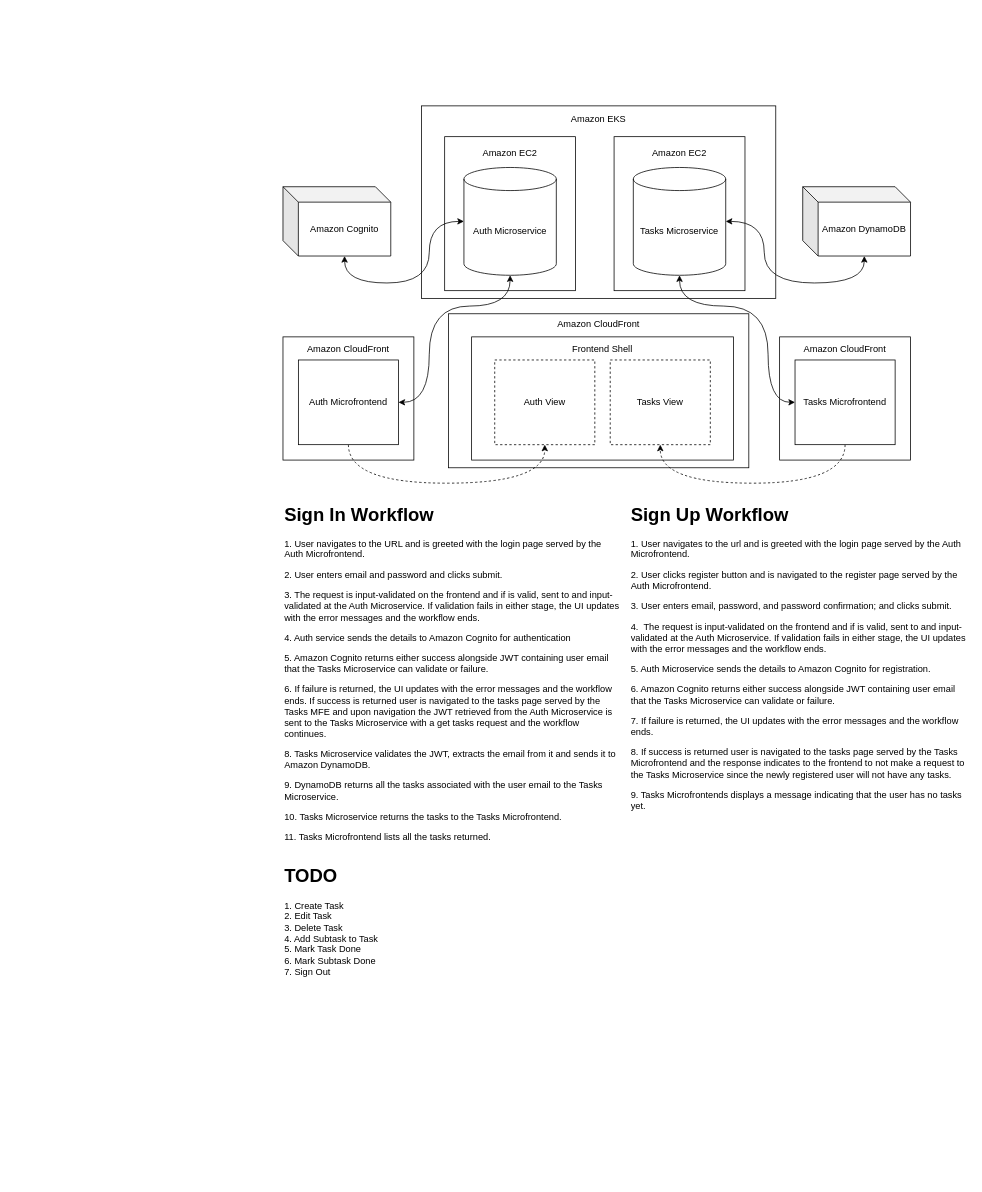
This is maps.drawio from wlnzed/mytasks, a draw.io file, before an edit. Source tidied: cells renumbered, new cells numbered last; positions are measured from the earlier drawing's top-left corner, leaving out a move shared by most shapes. Both pictures are drawn from the tidied source at 77%, with x=0, y=0 at pixel (283, 105).
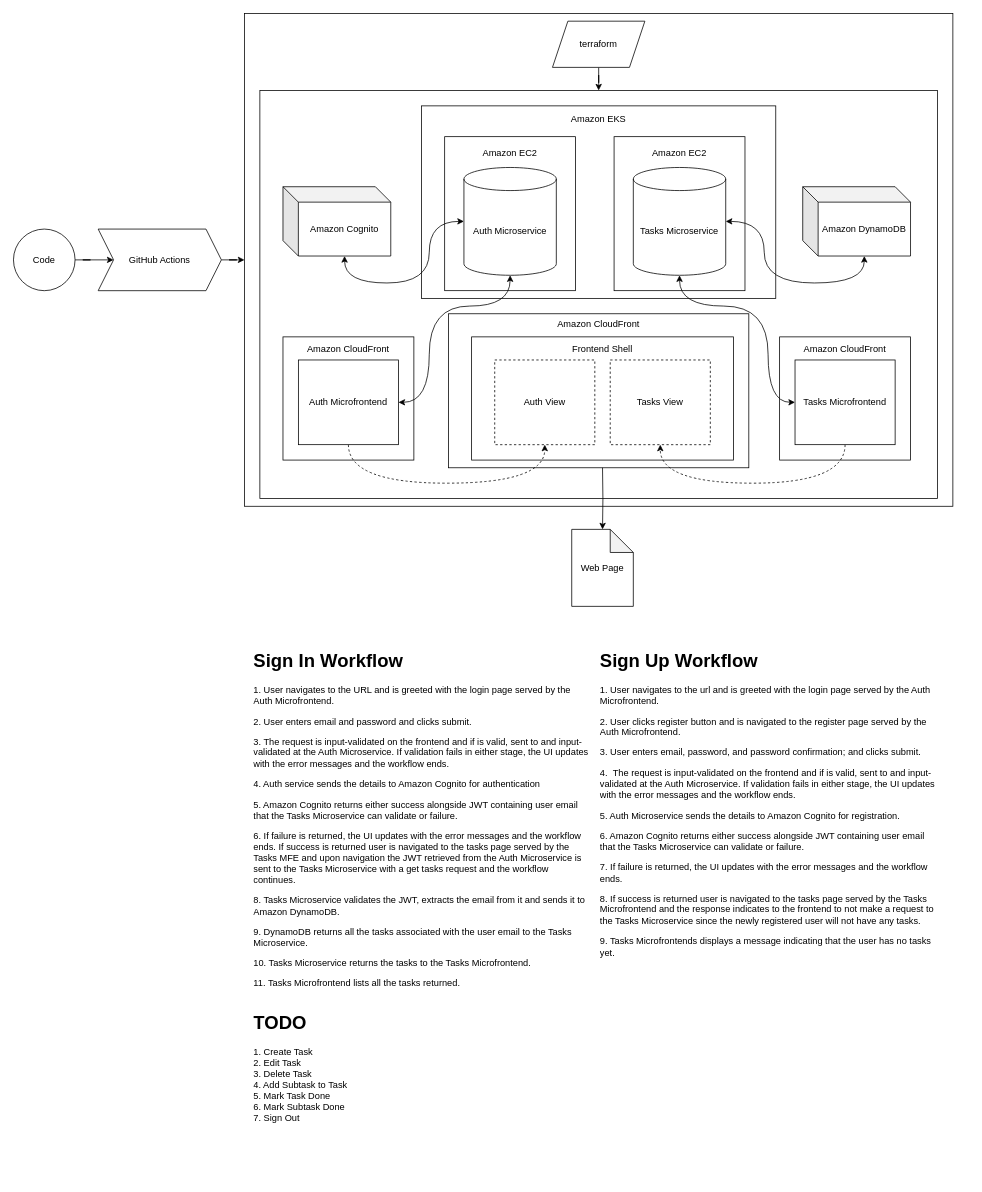
After the change.

Commit message:
maps is updated to include CI/CD and SaC

The edit, as a diff of the source:
```diff
@@
+    <mxCell id="26" style="rounded=0;whiteSpace=wrap;html=1;" parent="1" vertex="1">
+      <mxGeometry x="-50" y="-120" width="920" height="640" as="geometry" />
+    </mxCell>
+    <mxCell id="27" value="&lt;div&gt;&lt;br&gt;&lt;/div&gt;" style="rounded=0;whiteSpace=wrap;html=1;" parent="1" vertex="1">
+      <mxGeometry x="-30" y="-20" width="880" height="530" as="geometry" />
+    </mxCell>
@@
+    <mxCell id="28" style="edgeStyle=orthogonalEdgeStyle;rounded=0;jettySize=auto;html=1;" parent="1" edge="1" target="35">
+      <mxGeometry relative="1" as="geometry">
+        <mxPoint x="415" y="470" as="sourcePoint" />
+      </mxGeometry>
+    </mxCell>
@@
     <mxCell id="17" value="&lt;h1 style=&quot;margin-top: 0px;&quot;&gt;Sign In Workflow&lt;/h1&gt;&lt;p&gt;1. User navigates to the URL and is greeted with the login page served by the Auth Microfrontend.&lt;/p&gt;&lt;p&gt;2. User enters email and password and clicks submit.&lt;/p&gt;&lt;p&gt;3. The request is input-validated on the frontend and if is valid, sent to and input-validated at the Auth Microservice. If validation fails in either stage, the UI updates with the error messages and the workflow ends.&lt;/p&gt;&lt;p&gt;4. Auth service sends the details to Amazon Cognito for authentication&lt;/p&gt;&lt;p&gt;5. Amazon Cognito returns either success alongside JWT containing user email that the Tasks Microservice can validate or failure.&lt;/p&gt;&lt;p&gt;6. If failure is returned, the UI updates with the error messages and the workflow ends.&lt;span style=&quot;background-color: transparent; color: light-dark(rgb(0, 0, 0), rgb(255, 255, 255));&quot;&gt;&amp;nbsp;&lt;/span&gt;&lt;span style=&quot;background-color: transparent; color: light-dark(rgb(0, 0, 0), rgb(255, 255, 255));&quot;&gt;If success is returned user is navigated to the tasks page served by the Tasks MFE and upon navigation the JWT retrieved from the Auth Microservice is sent to the Tasks Microservice with a get tasks request and the workflow continues.&lt;/span&gt;&lt;/p&gt;&lt;p&gt;8. Tasks Microservice validates the JWT, extracts the email from it and sends it to Amazon DynamoDB.&lt;/p&gt;&lt;p&gt;9. DynamoDB returns all the tasks associated with the user email to the Tasks Microservice.&lt;/p&gt;&lt;p&gt;10. Tasks Microservice returns the tasks to the Tasks Microfrontend.&lt;/p&gt;&lt;p&gt;11. Tasks Microfrontend lists all the tasks returned.&lt;/p&gt;&lt;p&gt;&lt;br&gt;&lt;/p&gt;&lt;p&gt;&lt;br&gt;&lt;/p&gt;&lt;p&gt;&lt;br&gt;&lt;/p&gt;" style="text;html=1;whiteSpace=wrap;overflow=hidden;rounded=0;" parent="1" vertex="1">
-      <mxGeometry y="510" width="440" height="470" as="geometry" />
+      <mxGeometry x="-40" y="700" width="440" height="470" as="geometry" />
     </mxCell>
     <mxCell id="18" value="&lt;h1 style=&quot;margin-top: 0px;&quot;&gt;Sign Up Workflow&lt;/h1&gt;&lt;p&gt;1. User navigates to the url and is greeted with the login page served by the Auth Microfrontend.&lt;/p&gt;&lt;p&gt;2. User clicks register button and is navigated to the register page served by the Auth Microfrontend.&lt;/p&gt;&lt;p&gt;3. User enters email, password, and password confirmation; and clicks submit.&lt;/p&gt;&lt;p&gt;4.&amp;nbsp;&lt;span style=&quot;background-color: transparent; color: light-dark(rgb(0, 0, 0), rgb(255, 255, 255));&quot;&gt;&amp;nbsp;&lt;/span&gt;&lt;span style=&quot;background-color: transparent; color: light-dark(rgb(0, 0, 0), rgb(255, 255, 255));&quot;&gt;The request is input-validated on the frontend and if is valid, sent to and input-validated at the Auth Microservice. If validation fails in either stage, the UI updates with the error messages and the workflow ends.&lt;/span&gt;&lt;/p&gt;&lt;p&gt;5. Auth Microservice sends the details to Amazon Cognito for registration.&lt;/p&gt;&lt;p&gt;6. Amazon Cognito returns either success alongside JWT containing user email that the Tasks Microservice can validate or failure.&lt;/p&gt;&lt;p&gt;7. If failure is returned, the UI updates with the error messages and the workflow ends.&lt;/p&gt;&lt;p&gt;8. If success is returned user is navigated to the tasks page served by the Tasks Microfrontend and the response indicates to the frontend to not make a request to the Tasks Microservice since the newly registered user will not have any tasks.&lt;/p&gt;&lt;p&gt;9. Tasks Microfrontends displays a message indicating that the user has no tasks yet.&lt;/p&gt;&lt;p&gt;&lt;br&gt;&lt;/p&gt;&lt;p&gt;&lt;br&gt;&lt;/p&gt;&lt;p&gt;&lt;br&gt;&lt;/p&gt;" style="text;html=1;whiteSpace=wrap;overflow=hidden;rounded=0;" parent="1" vertex="1">
-      <mxGeometry x="450" y="510" width="440" height="490" as="geometry" />
+      <mxGeometry x="410" y="700" width="440" height="490" as="geometry" />
     </mxCell>
     <mxCell id="19" value="&lt;h1 style=&quot;margin-top: 0px;&quot;&gt;TODO&lt;/h1&gt;&lt;div&gt;1. Create Task&lt;/div&gt;&lt;div&gt;2. Edit Task&lt;/div&gt;&lt;div&gt;3. Delete Task&lt;/div&gt;&lt;div&gt;4. Add Subtask to Task&lt;/div&gt;&lt;div&gt;5. Mark Task Done&lt;/div&gt;&lt;div&gt;6. Mark Subtask Done&lt;/div&gt;&lt;div&gt;7. Sign Out&lt;/div&gt;" style="text;html=1;whiteSpace=wrap;overflow=hidden;rounded=0;" parent="1" vertex="1">
-      <mxGeometry y="980" width="170" height="220" as="geometry" />
+      <mxGeometry x="-40" y="1170" width="170" height="220" as="geometry" />
     </mxCell>
@@
+    <mxCell id="29" style="edgeStyle=orthogonalEdgeStyle;rounded=0;jettySize=auto;html=1;entryX=0;entryY=0.5;entryDx=0;entryDy=0;" parent="1" edge="1" source="30" target="26">
+      <mxGeometry relative="1" as="geometry" />
+    </mxCell>
+    <mxCell id="30" value="GitHub Actions" style="shape=step;perimeter=stepPerimeter;whiteSpace=wrap;html=1;fixedSize=1;" parent="1" vertex="1">
+      <mxGeometry x="-240" y="160" width="160" height="80" as="geometry" />
+    </mxCell>
+    <mxCell id="31" style="edgeStyle=orthogonalEdgeStyle;rounded=0;jettySize=auto;html=1;entryX=0;entryY=0.5;entryDx=0;entryDy=0;" parent="1" edge="1" source="32" target="30">
+      <mxGeometry relative="1" as="geometry" />
+    </mxCell>
+    <mxCell id="32" value="Code" style="ellipse;whiteSpace=wrap;html=1;" parent="1" vertex="1">
+      <mxGeometry x="-350" y="160" width="80" height="80" as="geometry" />
+    </mxCell>
+    <mxCell id="33" style="edgeStyle=orthogonalEdgeStyle;rounded=0;jettySize=auto;html=1;entryX=0.5;entryY=0;entryDx=0;entryDy=0;" parent="1" edge="1" source="34" target="27">
+      <mxGeometry relative="1" as="geometry" />
+    </mxCell>
+    <mxCell id="34" value="terraform" style="shape=parallelogram;perimeter=parallelogramPerimeter;whiteSpace=wrap;html=1;fixedSize=1;" parent="1" vertex="1">
+      <mxGeometry x="350" y="-110" width="120" height="60" as="geometry" />
+    </mxCell>
+    <mxCell id="35" value="Web Page" style="shape=note;whiteSpace=wrap;html=1;backgroundOutline=1;darkOpacity=0.05;" parent="1" vertex="1">
+      <mxGeometry x="375" y="550" width="80" height="100" as="geometry" />
+    </mxCell>
```
